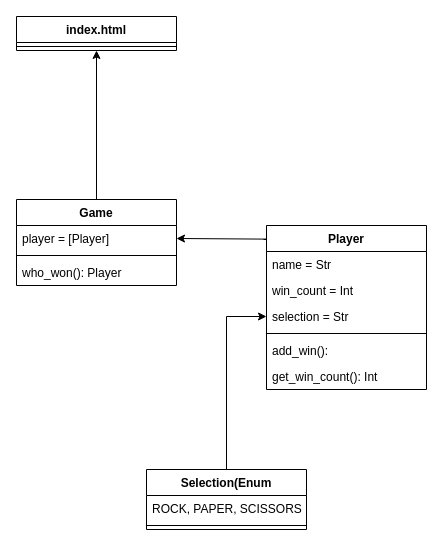
Earlier version of the draw.io diagram ClassDiagram.drawio (ian-richard/w3_weekend_hmwk). Source tidied: cells renumbered, new cells numbered last; positions are measured from the earlier drawing's top-left corner, leaving out a move shared by most shapes. Both pictures are drawn from the tidied source at 100%, with x=0, y=0 at pixel (16, 16).
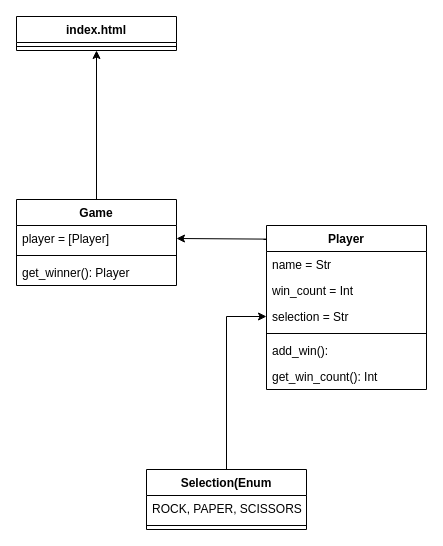
Above is the later version.

The change refers to these unchanged cells:
```xml
<mxCell id="6" value="Game" style="swimlane;fontStyle=1;align=center;verticalAlign=top;horizontal=1;startSize=26;" parent="1" vertex="1">
  <mxGeometry y="183" width="160" height="86" as="geometry" />
</mxCell>
```

What changed in the source:
```diff
@@
-    <mxCell id="9" value="who_won(): Player" style="text;strokeColor=none;fillColor=none;align=left;verticalAlign=top;spacingLeft=4;spacingRight=4;overflow=hidden;" parent="6" vertex="1">
+    <mxCell id="9" value="get_winner(): Player" style="text;strokeColor=none;fillColor=none;align=left;verticalAlign=top;spacingLeft=4;spacingRight=4;overflow=hidden;" parent="6" vertex="1">
       <mxGeometry y="60" width="160" height="26" as="geometry" />
     </mxCell>
```
